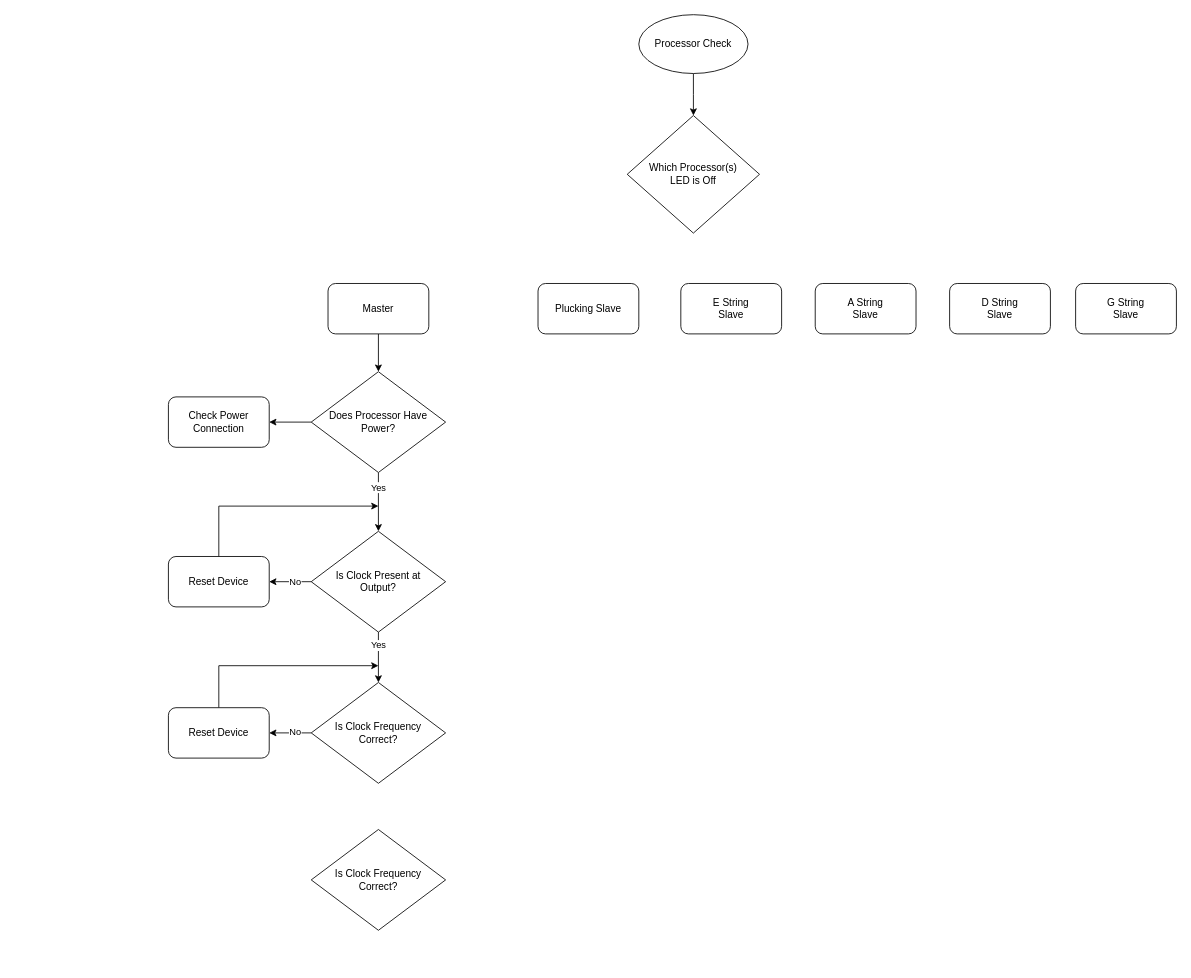
The draw.io diagram Flowcharts/Processors Flowchart.drawio in Masaharu41/Midi-Bass-Guitar, before the edit. Source tidied: cells renumbered, new cells numbered last; positions are measured from the earlier drawing's top-left corner, leaving out a move shared by most shapes. Both pictures are drawn from the tidied source at 84%, with x=0, y=0 at pixel (168, 14).
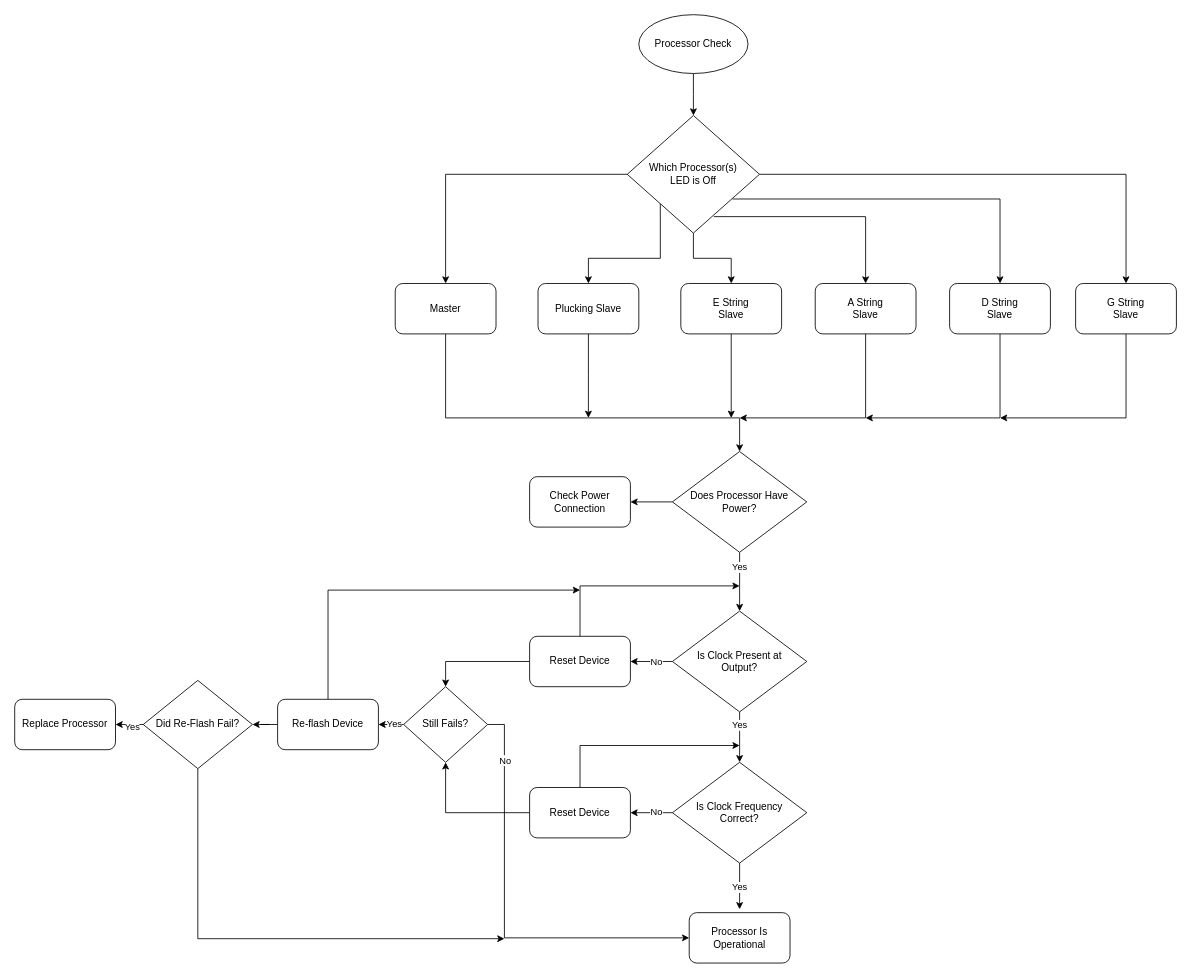
Above is the later version.

Commit message (it also covers changes not shown here):
added flowchart for serial

The change refers to these unchanged cells:
```xml
<mxCell id="4" value="Which Processor(s)&lt;div&gt;LED is Off&lt;/div&gt;" style="rhombus;whiteSpace=wrap;html=1;" parent="1" vertex="1">
  <mxGeometry x="546.2" y="120" width="157.5" height="140" as="geometry" />
</mxCell>
<mxCell id="7" value="Plucking Slave" style="rounded=1;whiteSpace=wrap;html=1;" parent="1" vertex="1">
  <mxGeometry x="440" y="320" width="120" height="60" as="geometry" />
</mxCell>
<mxCell id="8" value="E String&lt;div&gt;Slave&lt;/div&gt;" style="rounded=1;whiteSpace=wrap;html=1;" parent="1" vertex="1">
  <mxGeometry x="610" y="320" width="120" height="60" as="geometry" />
</mxCell>
<mxCell id="9" value="A String&lt;div&gt;Slave&lt;/div&gt;" style="rounded=1;whiteSpace=wrap;html=1;" parent="1" vertex="1">
  <mxGeometry x="770" y="320" width="120" height="60" as="geometry" />
</mxCell>
<mxCell id="10" value="D String&lt;div&gt;Slave&lt;/div&gt;" style="rounded=1;whiteSpace=wrap;html=1;" parent="1" vertex="1">
  <mxGeometry x="930" y="320" width="120" height="60" as="geometry" />
</mxCell>
<mxCell id="11" value="G String&lt;div&gt;Slave&lt;/div&gt;" style="rounded=1;whiteSpace=wrap;html=1;" parent="1" vertex="1">
  <mxGeometry x="1080" y="320" width="120" height="60" as="geometry" />
</mxCell>
```

Change to the diagram source:
```diff
@@
+    <mxCell id="30" style="edgeStyle=orthogonalEdgeStyle;rounded=0;jettySize=auto;html=1;" parent="1" edge="1" source="4" target="6">
+      <mxGeometry relative="1" as="geometry" />
+    </mxCell>
+    <mxCell id="31" style="edgeStyle=orthogonalEdgeStyle;rounded=0;jettySize=auto;html=1;exitX=0;exitY=1;exitDx=0;exitDy=0;" parent="1" edge="1" source="4" target="7">
+      <mxGeometry relative="1" as="geometry" />
+    </mxCell>
+    <mxCell id="32" style="edgeStyle=orthogonalEdgeStyle;rounded=0;jettySize=auto;html=1;entryX=0.5;entryY=0;entryDx=0;entryDy=0;" parent="1" edge="1" source="4" target="8">
+      <mxGeometry relative="1" as="geometry" />
+    </mxCell>
+    <mxCell id="33" style="edgeStyle=orthogonalEdgeStyle;rounded=0;jettySize=auto;html=1;entryX=0.5;entryY=0;entryDx=0;entryDy=0;exitX=0.655;exitY=0.86;exitDx=0;exitDy=0;exitPerimeter=0;" parent="1" edge="1" source="4" target="9">
+      <mxGeometry relative="1" as="geometry" />
+    </mxCell>
+    <mxCell id="34" style="edgeStyle=orthogonalEdgeStyle;rounded=0;jettySize=auto;html=1;exitX=0.796;exitY=0.71;exitDx=0;exitDy=0;exitPerimeter=0;" parent="1" edge="1" source="4" target="10">
+      <mxGeometry relative="1" as="geometry" />
+    </mxCell>
+    <mxCell id="35" style="edgeStyle=orthogonalEdgeStyle;rounded=0;jettySize=auto;html=1;entryX=0.5;entryY=0;entryDx=0;entryDy=0;" parent="1" edge="1" source="4" target="11">
+      <mxGeometry relative="1" as="geometry" />
+    </mxCell>
@@
-    <mxCell id="5" style="edgeStyle=orthogonalEdgeStyle;rounded=0;jettySize=auto;html=1;" parent="1" edge="1" source="6" target="15">
-      <mxGeometry relative="1" as="geometry" />
+    <mxCell id="5" style="edgeStyle=orthogonalEdgeStyle;rounded=0;jettySize=auto;html=1;exitX=0.5;exitY=1;exitDx=0;exitDy=0;" parent="1" edge="1" source="6" target="15">
+      <mxGeometry relative="1" as="geometry">
+        <Array as="points">
+          <mxPoint x="330" y="480" />
+          <mxPoint x="680" y="480" />
+        </Array>
+      </mxGeometry>
     </mxCell>
     <mxCell id="6" value="Master" style="rounded=1;whiteSpace=wrap;html=1;" parent="1" vertex="1">
-      <mxGeometry x="190" y="320" width="120" height="60" as="geometry" />
+      <mxGeometry x="270" y="320" width="120" height="60" as="geometry" />
     </mxCell>
+    <mxCell id="36" style="edgeStyle=orthogonalEdgeStyle;rounded=0;jettySize=auto;html=1;" parent="1" edge="1" source="7">
+      <mxGeometry relative="1" as="geometry">
+        <mxPoint x="500" y="480" as="targetPoint" />
+      </mxGeometry>
+    </mxCell>
@@
+    <mxCell id="37" style="edgeStyle=orthogonalEdgeStyle;rounded=0;jettySize=auto;html=1;" parent="1" edge="1" source="8">
+      <mxGeometry relative="1" as="geometry">
+        <mxPoint x="670" y="480" as="targetPoint" />
+      </mxGeometry>
+    </mxCell>
@@
+    <mxCell id="38" style="edgeStyle=orthogonalEdgeStyle;rounded=0;jettySize=auto;html=1;" parent="1" edge="1" source="9">
+      <mxGeometry relative="1" as="geometry">
+        <mxPoint x="680" y="480" as="targetPoint" />
+        <Array as="points">
+          <mxPoint x="830" y="480" />
+        </Array>
+      </mxGeometry>
+    </mxCell>
@@
+    <mxCell id="39" style="edgeStyle=orthogonalEdgeStyle;rounded=0;jettySize=auto;html=1;" parent="1" edge="1" source="10">
+      <mxGeometry relative="1" as="geometry">
+        <mxPoint x="830" y="480" as="targetPoint" />
+        <Array as="points">
+          <mxPoint x="990" y="480" />
+        </Array>
+      </mxGeometry>
+    </mxCell>
@@
+    <mxCell id="40" style="edgeStyle=orthogonalEdgeStyle;rounded=0;jettySize=auto;html=1;" parent="1" edge="1" source="11">
+      <mxGeometry relative="1" as="geometry">
+        <mxPoint x="990" y="480" as="targetPoint" />
+        <Array as="points">
+          <mxPoint x="1140" y="480" />
+        </Array>
+      </mxGeometry>
+    </mxCell>
@@
     <mxCell id="15" value="Does Processor Have&lt;div&gt;Power?&lt;/div&gt;" style="rhombus;whiteSpace=wrap;html=1;" parent="1" vertex="1">
-      <mxGeometry x="170" y="425" width="160" height="120" as="geometry" />
+      <mxGeometry x="600" y="520" width="160" height="120" as="geometry" />
     </mxCell>
     <mxCell id="16" value="Check Power&lt;div&gt;Connection&lt;/div&gt;" style="rounded=1;whiteSpace=wrap;html=1;" parent="1" vertex="1">
-      <mxGeometry y="455" width="120" height="60" as="geometry" />
+      <mxGeometry x="430" y="550" width="120" height="60" as="geometry" />
     </mxCell>
@@
     <mxCell id="21" value="Is Clock Present at&lt;div&gt;Output?&lt;/div&gt;" style="rhombus;whiteSpace=wrap;html=1;" parent="1" vertex="1">
-      <mxGeometry x="170" y="615" width="160" height="120" as="geometry" />
+      <mxGeometry x="600" y="710" width="160" height="120" as="geometry" />
     </mxCell>
     <mxCell id="22" style="edgeStyle=orthogonalEdgeStyle;rounded=0;jettySize=auto;html=1;" parent="1" edge="1" source="23">
       <mxGeometry relative="1" as="geometry">
-        <mxPoint x="250" y="585" as="targetPoint" />
+        <mxPoint x="680" y="680" as="targetPoint" />
         <Array as="points">
-          <mxPoint x="60" y="585" />
+          <mxPoint x="490" y="680" />
         </Array>
       </mxGeometry>
     </mxCell>
+    <mxCell id="41" style="edgeStyle=orthogonalEdgeStyle;rounded=0;jettySize=auto;html=1;entryX=0.5;entryY=0;entryDx=0;entryDy=0;" parent="1" edge="1" source="23" target="29">
+      <mxGeometry relative="1" as="geometry" />
+    </mxCell>
     <mxCell id="23" value="Reset Device" style="rounded=1;whiteSpace=wrap;html=1;" parent="1" vertex="1">
-      <mxGeometry y="645" width="120" height="60" as="geometry" />
+      <mxGeometry x="430" y="740" width="120" height="60" as="geometry" />
     </mxCell>
@@
+    <mxCell id="42" style="edgeStyle=orthogonalEdgeStyle;rounded=0;jettySize=auto;html=1;" parent="1" edge="1" source="26">
+      <mxGeometry relative="1" as="geometry">
+        <mxPoint x="680" y="1065" as="targetPoint" />
+      </mxGeometry>
+    </mxCell>
+    <mxCell id="43" value="Yes" style="edgeLabel;html=1;align=center;verticalAlign=middle;" parent="42" vertex="1">
+      <mxGeometry x="0.05" y="-1" relative="1" as="geometry" />
+    </mxCell>
     <mxCell id="26" value="Is Clock Frequency&lt;div&gt;Correct?&lt;/div&gt;" style="rhombus;whiteSpace=wrap;html=1;" parent="1" vertex="1">
-      <mxGeometry x="170" y="795" width="160" height="120" as="geometry" />
+      <mxGeometry x="600" y="890" width="160" height="120" as="geometry" />
     </mxCell>
     <mxCell id="27" style="edgeStyle=orthogonalEdgeStyle;rounded=0;jettySize=auto;html=1;" parent="1" edge="1" source="28">
       <mxGeometry relative="1" as="geometry">
-        <mxPoint x="250" y="775" as="targetPoint" />
+        <mxPoint x="680" y="870" as="targetPoint" />
         <Array as="points">
-          <mxPoint x="60" y="775" />
+          <mxPoint x="490" y="870" />
         </Array>
       </mxGeometry>
     </mxCell>
+    <mxCell id="44" style="edgeStyle=orthogonalEdgeStyle;rounded=0;jettySize=auto;html=1;entryX=0.5;entryY=1;entryDx=0;entryDy=0;" parent="1" edge="1" source="28" target="29">
+      <mxGeometry relative="1" as="geometry" />
+    </mxCell>
     <mxCell id="28" value="Reset Device" style="rounded=1;whiteSpace=wrap;html=1;" parent="1" vertex="1">
-      <mxGeometry y="825" width="120" height="60" as="geometry" />
+      <mxGeometry x="430" y="920" width="120" height="60" as="geometry" />
     </mxCell>
+    <mxCell id="45" style="edgeStyle=orthogonalEdgeStyle;rounded=0;jettySize=auto;html=1;" parent="1" edge="1" source="29" target="51">
+      <mxGeometry relative="1" as="geometry" />
+    </mxCell>
+    <mxCell id="46" value="Yes" style="edgeLabel;html=1;align=center;verticalAlign=middle;" parent="45" vertex="1">
+      <mxGeometry x="0.28" y="-1" relative="1" as="geometry" />
+    </mxCell>
+    <mxCell id="47" style="edgeStyle=orthogonalEdgeStyle;rounded=0;jettySize=auto;html=1;entryX=0;entryY=0.5;entryDx=0;entryDy=0;" parent="1" edge="1" source="29" target="53">
+      <mxGeometry relative="1" as="geometry">
+        <Array as="points">
+          <mxPoint x="400" y="845" />
+          <mxPoint x="400" y="1099" />
+        </Array>
+      </mxGeometry>
+    </mxCell>
+    <mxCell id="48" value="No" style="edgeLabel;html=1;align=center;verticalAlign=middle;" parent="47" vertex="1">
+      <mxGeometry x="-0.75" relative="1" as="geometry" />
+    </mxCell>
-    <mxCell id="29" value="Is Clock Frequency&lt;div&gt;Correct?&lt;/div&gt;" style="rhombus;whiteSpace=wrap;html=1;" parent="1" vertex="1">
-      <mxGeometry x="170" y="970" width="160" height="120" as="geometry" />
+    <mxCell id="29" value="Still Fails?" style="rhombus;whiteSpace=wrap;html=1;" parent="1" vertex="1">
+      <mxGeometry x="280" y="800" width="100" height="90" as="geometry" />
     </mxCell>
+    <mxCell id="49" style="edgeStyle=orthogonalEdgeStyle;rounded=0;jettySize=auto;html=1;" parent="1" edge="1" source="51">
+      <mxGeometry relative="1" as="geometry">
+        <mxPoint x="490" y="685" as="targetPoint" />
+        <Array as="points">
+          <mxPoint x="190" y="685" />
+        </Array>
+      </mxGeometry>
+    </mxCell>
+    <mxCell id="50" style="edgeStyle=orthogonalEdgeStyle;rounded=0;jettySize=auto;html=1;" parent="1" edge="1" source="51" target="57">
+      <mxGeometry relative="1" as="geometry" />
+    </mxCell>
+    <mxCell id="51" value="Re-flash Device" style="rounded=1;whiteSpace=wrap;html=1;" parent="1" vertex="1">
+      <mxGeometry x="130" y="815" width="120" height="60" as="geometry" />
+    </mxCell>
+    <mxCell id="52" value="Replace Processor" style="rounded=1;whiteSpace=wrap;html=1;" parent="1" vertex="1">
+      <mxGeometry x="-183" y="815" width="120" height="60" as="geometry" />
+    </mxCell>
+    <mxCell id="53" value="Processor Is Operational" style="rounded=1;whiteSpace=wrap;html=1;" parent="1" vertex="1">
+      <mxGeometry x="620" y="1069" width="120" height="60" as="geometry" />
+    </mxCell>
+    <mxCell id="54" style="edgeStyle=orthogonalEdgeStyle;rounded=0;jettySize=auto;html=1;" parent="1" edge="1" source="57" target="52">
+      <mxGeometry relative="1" as="geometry" />
+    </mxCell>
+    <mxCell id="55" value="Yes" style="edgeLabel;html=1;align=center;verticalAlign=middle;" parent="54" vertex="1">
+      <mxGeometry x="0.19" y="2" relative="1" as="geometry" />
+    </mxCell>
+    <mxCell id="56" style="edgeStyle=orthogonalEdgeStyle;rounded=0;jettySize=auto;html=1;" parent="1" edge="1" source="57">
+      <mxGeometry relative="1" as="geometry">
+        <mxPoint x="400" y="1100" as="targetPoint" />
+        <Array as="points">
+          <mxPoint x="35" y="1100" />
+        </Array>
+      </mxGeometry>
+    </mxCell>
+    <mxCell id="57" value="Did Re-Flash Fail?" style="rhombus;whiteSpace=wrap;html=1;" parent="1" vertex="1">
+      <mxGeometry x="-30" y="792.5" width="130" height="105" as="geometry" />
+    </mxCell>
```
